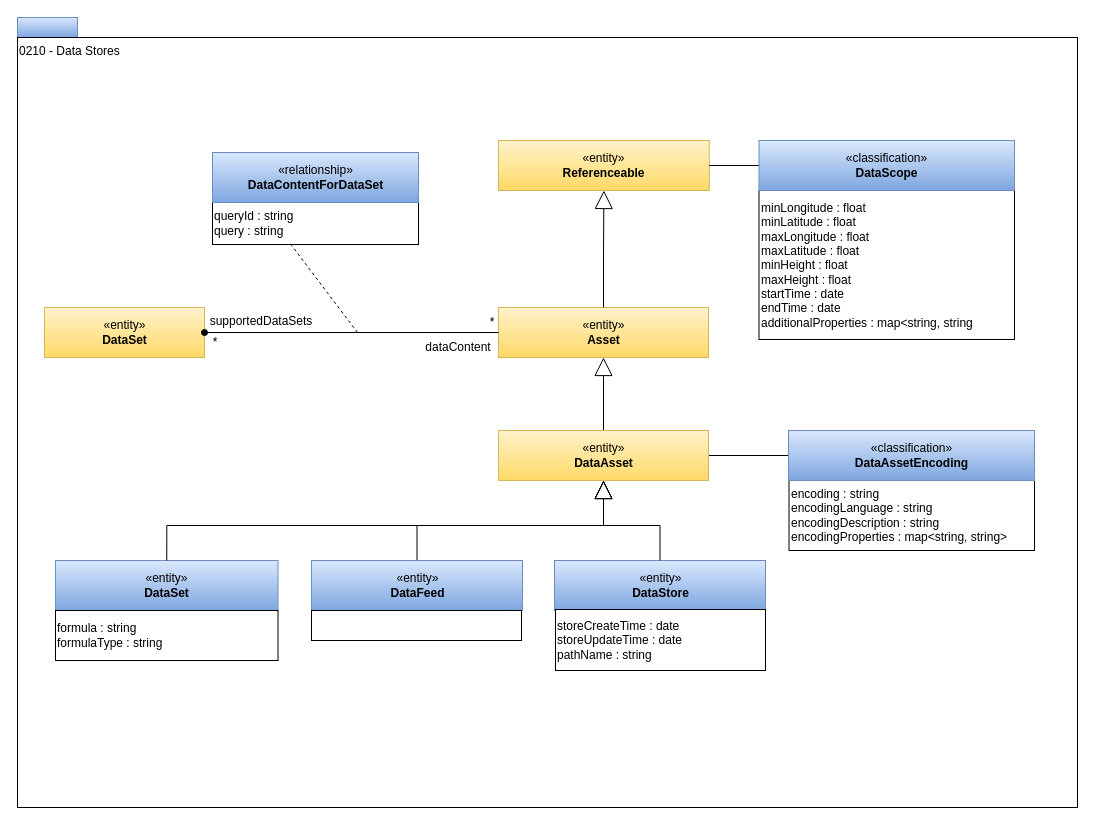
The draw.io diagram page "0210-Data-Stores" (4 of 24) of site/docs/types/2/area-2-assets.drawio in odpi/egeria-docs, before the edit. Source tidied: cells renumbered, new cells numbered last; positions are measured from the earlier drawing's top-left corner, leaving out a move shared by most shapes. Both pictures are drawn from the tidied source at 100%, with x=0, y=0 at pixel (17, 17).
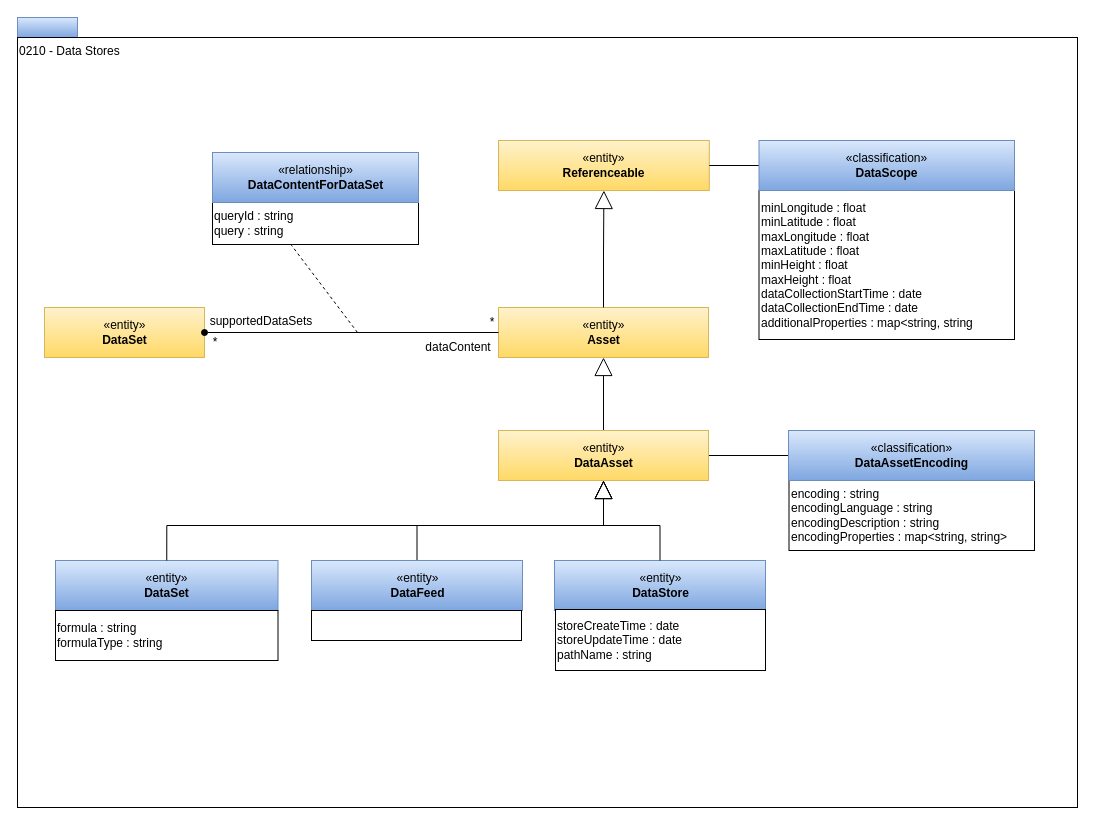
Above is the later version.

What changed in the source:
```diff
@@
-    <mxCell id="22" value="minLongitude : float&lt;br&gt;minLatitude : float&lt;br style=&quot;border-color: var(--border-color);&quot;&gt;maxLongitude : float&lt;br style=&quot;border-color: var(--border-color);&quot;&gt;maxLatitude : float&lt;br&gt;minHeight : float&lt;br&gt;maxHeight : float&lt;br&gt;startTime : date&lt;br&gt;endTime : date&lt;br&gt;additionalProperties : map&amp;lt;string, string" style="rounded=0;whiteSpace=wrap;html=1;strokeColor=#000000;gradientColor=#ffffff;align=left;" parent="1" vertex="1">
+    <mxCell id="22" value="minLongitude : float&lt;br&gt;minLatitude : float&lt;br style=&quot;border-color: var(--border-color);&quot;&gt;maxLongitude : float&lt;br style=&quot;border-color: var(--border-color);&quot;&gt;maxLatitude : float&lt;br&gt;minHeight : float&lt;br&gt;maxHeight : float&lt;br&gt;dataCollectionStartTime : date&lt;br&gt;dataCollectionEndTime : date&lt;br&gt;additionalProperties : map&amp;lt;string, string" style="rounded=0;whiteSpace=wrap;html=1;strokeColor=#000000;gradientColor=#ffffff;align=left;" parent="1" vertex="1">
       <mxGeometry x="741.5" y="173" width="255.5" height="149" as="geometry" />
     </mxCell>
```
